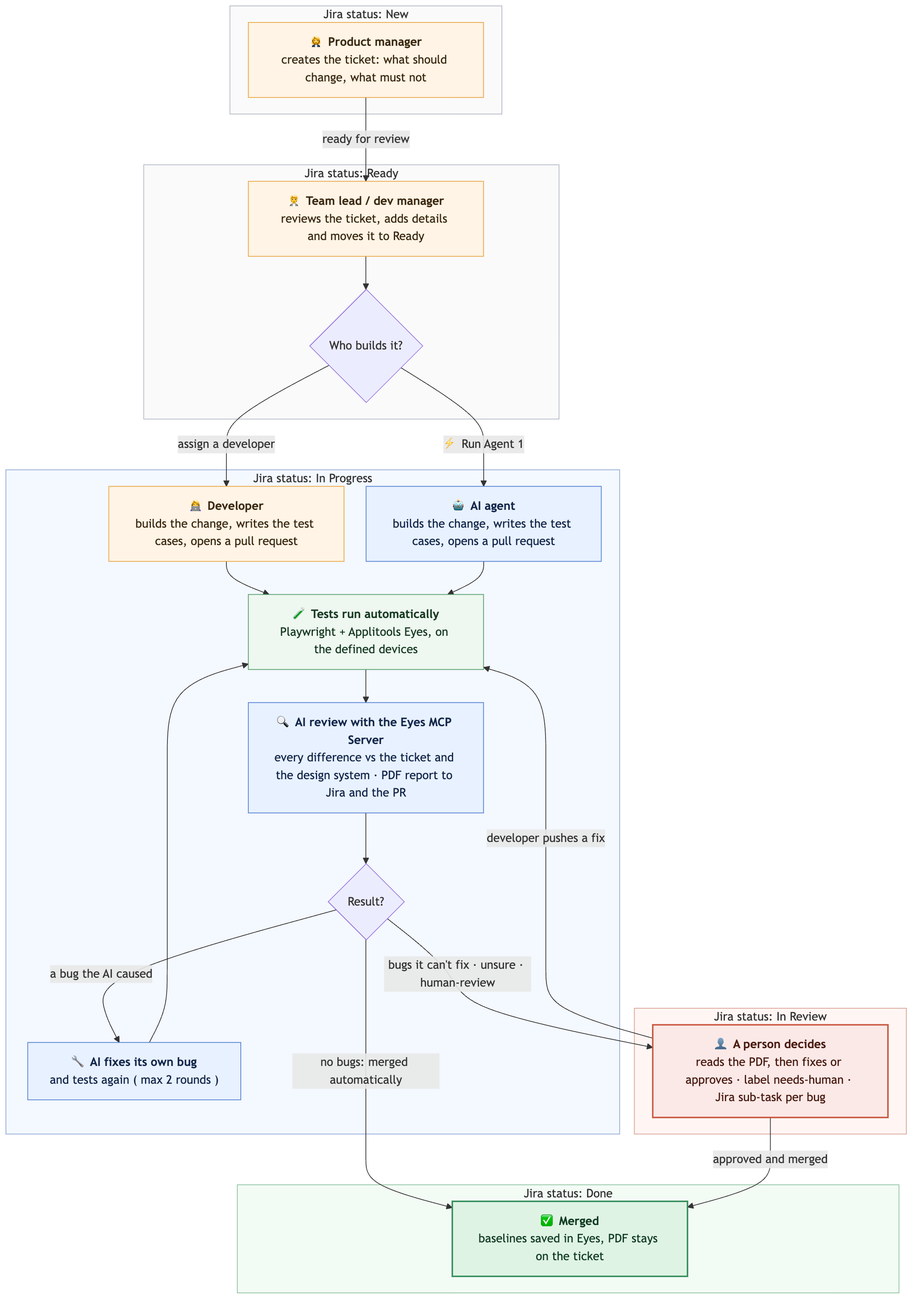
Earlier version of the Mermaid export docs/images/user-flow.png (ssharma007-dev/wikipedia-visual-ci). Its source is kept beside it as docs/images/user-flow.mmd.
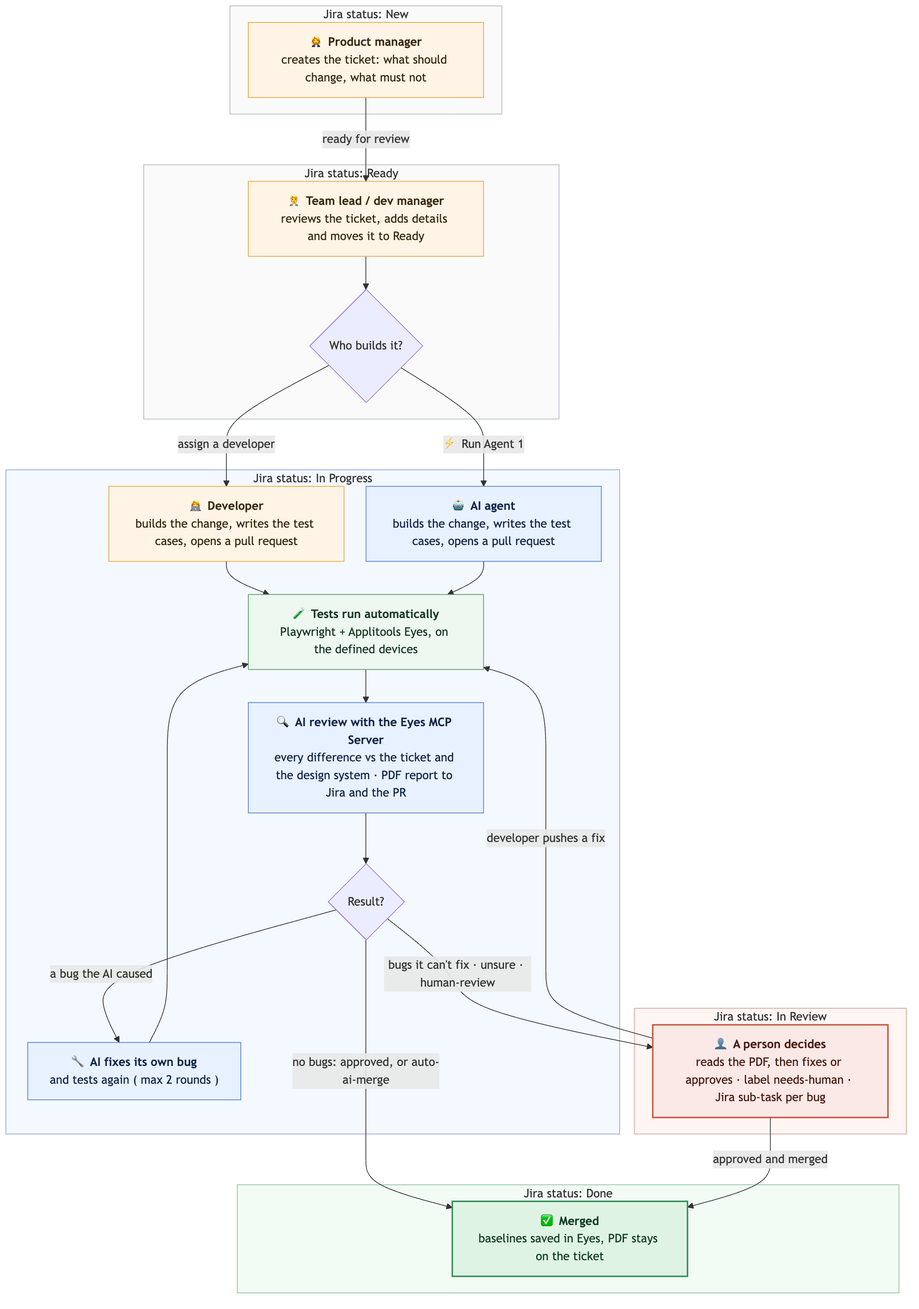
Above is the later version.

Commit message:
Merge: a person approves the PR by default; Jira label auto-ai-merge lets the pipeline merge by itself

Change to the diagram source:
```diff
@@ -30,7 +30,7 @@
     E --> F
     F --> G
     G --> H
-    H -->|"no bugs: merged automatically"| K
+    H -->|"no bugs: approved, or auto-ai-merge"| K
     H -->|"a bug the AI caused"| I
     I --> F
     H -->|"bugs it can't fix · unsure · human-review"| J
```
